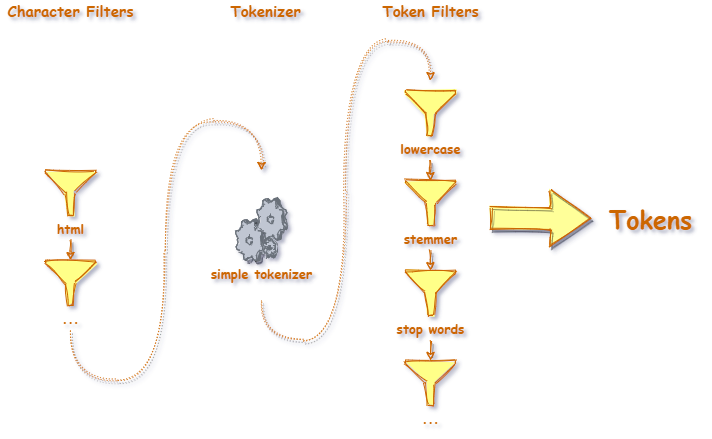
This is res/textanalyzer.png from vincent-scw/mysearchengine, a draw.io export, as it was before one commit. Source tidied: cells renumbered, new cells last; positions are measured from the earlier drawing's top-left corner, leaving out a move shared by most shapes.
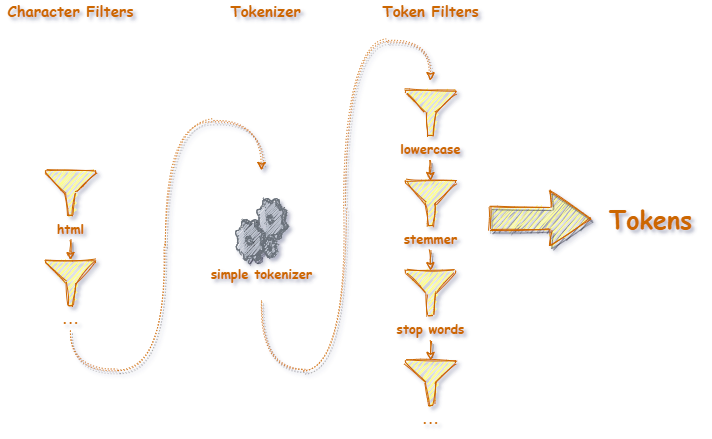
Later version of the same file.

What changed in the source:
```diff
@@ -10,7 +10,7 @@
         <mxPoint x="25" y="70" as="sourcePoint" />
       </mxGeometry>
     </mxCell>
-    <mxCell id="4" value="lowercase" style="shadow=0;dashed=0;html=1;strokeColor=#CC6600;labelPosition=center;verticalLabelPosition=bottom;verticalAlign=top;align=center;fillColor=#ffff88;shape=mxgraph.mscae.enterprise.filter;labelBackgroundColor=none;sketch=1;fontFamily=Comic Sans MS;fontSize=13;fontStyle=1;fontColor=#CC6600;fillStyle=solid;" parent="2" vertex="1">
+    <mxCell id="4" value="lowercase" style="shadow=0;dashed=0;html=1;strokeColor=#CC6600;labelPosition=center;verticalLabelPosition=bottom;verticalAlign=top;align=center;fillColor=#ffff88;shape=mxgraph.mscae.enterprise.filter;labelBackgroundColor=none;sketch=1;fontFamily=Comic Sans MS;fontSize=13;fontStyle=1;fontColor=#CC6600;fillStyle=auto;" parent="2" vertex="1">
       <mxGeometry width="50" height="45" as="geometry" />
     </mxCell>
     <mxCell id="5" style="edgeStyle=none;rounded=0;sketch=1;jettySize=auto;html=1;shadow=1;endArrow=classic;endFill=0;strokeColor=#CC6600;strokeWidth=1;fontFamily=Comic Sans MS;fontSize=13;fontStyle=1;fontColor=#CC6600;" parent="2" edge="1" target="8">
@@ -18,7 +18,7 @@
         <mxPoint x="25" y="160" as="sourcePoint" />
       </mxGeometry>
     </mxCell>
-    <mxCell id="6" value="stemmer" style="shadow=0;dashed=0;html=1;strokeColor=#CC6600;labelPosition=center;verticalLabelPosition=bottom;verticalAlign=top;align=center;fillColor=#ffff88;shape=mxgraph.mscae.enterprise.filter;labelBackgroundColor=none;sketch=1;fontFamily=Comic Sans MS;fontSize=13;fontStyle=1;fontColor=#CC6600;fillStyle=solid;" parent="2" vertex="1">
+    <mxCell id="6" value="stemmer" style="shadow=0;dashed=0;html=1;strokeColor=#CC6600;labelPosition=center;verticalLabelPosition=bottom;verticalAlign=top;align=center;fillColor=#ffff88;shape=mxgraph.mscae.enterprise.filter;labelBackgroundColor=none;sketch=1;fontFamily=Comic Sans MS;fontSize=13;fontStyle=1;fontColor=#CC6600;fillStyle=auto;" parent="2" vertex="1">
       <mxGeometry y="90" width="50" height="45" as="geometry" />
     </mxCell>
     <mxCell id="7" style="edgeStyle=none;rounded=0;sketch=1;jettySize=auto;html=1;shadow=1;endArrow=classic;endFill=0;strokeColor=#CC6600;strokeWidth=1;fontFamily=Comic Sans MS;fontSize=13;fontColor=#CC6600;fontStyle=1;" parent="2" edge="1" target="9">
@@ -26,10 +26,10 @@
         <mxPoint x="25" y="250" as="sourcePoint" />
       </mxGeometry>
     </mxCell>
-    <mxCell id="8" value="stop words" style="shadow=0;dashed=0;html=1;strokeColor=#CC6600;labelPosition=center;verticalLabelPosition=bottom;verticalAlign=top;align=center;fillColor=#ffff88;shape=mxgraph.mscae.enterprise.filter;labelBackgroundColor=none;sketch=1;fontFamily=Comic Sans MS;fontSize=13;fontStyle=1;fontColor=#CC6600;fillStyle=solid;" parent="2" vertex="1">
+    <mxCell id="8" value="stop words" style="shadow=0;dashed=0;html=1;strokeColor=#CC6600;labelPosition=center;verticalLabelPosition=bottom;verticalAlign=top;align=center;fillColor=#ffff88;shape=mxgraph.mscae.enterprise.filter;labelBackgroundColor=none;sketch=1;fontFamily=Comic Sans MS;fontSize=13;fontStyle=1;fontColor=#CC6600;fillStyle=auto;" parent="2" vertex="1">
       <mxGeometry y="180" width="50" height="45" as="geometry" />
     </mxCell>
-    <mxCell id="9" value="..." style="shadow=0;dashed=0;html=1;strokeColor=#CC6600;labelPosition=center;verticalLabelPosition=bottom;verticalAlign=top;align=center;fillColor=#ffff88;shape=mxgraph.mscae.enterprise.filter;labelBackgroundColor=none;sketch=1;fontFamily=Comic Sans MS;fontSize=13;fontStyle=1;fontColor=#CC6600;fillStyle=solid;" parent="2" vertex="1">
+    <mxCell id="9" value="..." style="shadow=0;dashed=0;html=1;strokeColor=#CC6600;labelPosition=center;verticalLabelPosition=bottom;verticalAlign=top;align=center;fillColor=#ffff88;shape=mxgraph.mscae.enterprise.filter;labelBackgroundColor=none;sketch=1;fontFamily=Comic Sans MS;fontSize=13;fontStyle=1;fontColor=#CC6600;fillStyle=auto;" parent="2" vertex="1">
       <mxGeometry y="270" width="50" height="45" as="geometry" />
     </mxCell>
     <mxCell id="10" value="Token Filters" style="text;html=1;align=center;verticalAlign=middle;fontSize=15;fontFamily=Comic Sans MS;fontStyle=1;fontColor=#CC6600;" parent="1" vertex="1">
@@ -43,8 +43,8 @@
         <mxPoint x="70" y="330" as="sourcePoint" />
         <mxPoint x="261" y="170" as="targetPoint" />
         <Array as="points">
-          <mxPoint x="70" y="380" />
-          <mxPoint x="165" y="380" />
+          <mxPoint x="70" y="370" />
+          <mxPoint x="165" y="370" />
           <mxPoint x="165" y="120" />
           <mxPoint x="261" y="120" />
         </Array>
@@ -58,14 +58,14 @@
         <mxPoint x="261" y="300" as="sourcePoint" />
         <mxPoint x="430" y="80" as="targetPoint" />
         <Array as="points">
-          <mxPoint x="261" y="340" />
-          <mxPoint x="345" y="340" />
+          <mxPoint x="261" y="370" />
+          <mxPoint x="345" y="370" />
           <mxPoint x="345" y="40" />
           <mxPoint x="430" y="40" />
         </Array>
       </mxGeometry>
     </mxCell>
-    <mxCell id="15" value="simple tokenizer" style="verticalLabelPosition=bottom;html=1;verticalAlign=top;strokeColor=none;align=center;shape=mxgraph.citrix.process;shadow=1;labelBackgroundColor=none;sketch=1;fontFamily=Comic Sans MS;fontSize=13;fontStyle=1;fontColor=#CC6600;fillColor=#CC6600;fillStyle=solid;" parent="1" vertex="1">
+    <mxCell id="15" value="simple tokenizer" style="verticalLabelPosition=bottom;html=1;verticalAlign=top;strokeColor=none;align=center;shape=mxgraph.citrix.process;shadow=1;labelBackgroundColor=none;sketch=1;fontFamily=Comic Sans MS;fontSize=13;fontStyle=1;fontColor=#CC6600;fillColor=#CC6600;fillStyle=auto;" parent="1" vertex="1">
       <mxGeometry x="235" y="198" width="52" height="62" as="geometry" />
     </mxCell>
     <mxCell id="16" style="group;fontColor=#CC6600;fontStyle=1;fontSize=13;labelBorderColor=none;" parent="1" vertex="1">
@@ -76,13 +76,13 @@
         <mxPoint x="25" y="70" as="sourcePoint" />
       </mxGeometry>
     </mxCell>
-    <mxCell id="18" value="html" style="shadow=0;dashed=0;html=1;strokeColor=#CC6600;labelPosition=center;verticalLabelPosition=bottom;verticalAlign=top;align=center;fillColor=#ffff88;shape=mxgraph.mscae.enterprise.filter;labelBackgroundColor=none;sketch=1;fontFamily=Comic Sans MS;fontSize=13;fontStyle=1;fontColor=#CC6600;labelBorderColor=none;fillStyle=solid;" parent="16" vertex="1">
+    <mxCell id="18" value="html" style="shadow=0;dashed=0;html=1;strokeColor=#CC6600;labelPosition=center;verticalLabelPosition=bottom;verticalAlign=top;align=center;fillColor=#ffff88;shape=mxgraph.mscae.enterprise.filter;labelBackgroundColor=none;sketch=1;fontFamily=Comic Sans MS;fontSize=13;fontStyle=1;fontColor=#CC6600;labelBorderColor=none;fillStyle=auto;" parent="16" vertex="1">
       <mxGeometry width="50" height="45" as="geometry" />
     </mxCell>
-    <mxCell id="19" value="..." style="shadow=0;dashed=0;html=1;strokeColor=#CC6600;labelPosition=center;verticalLabelPosition=bottom;verticalAlign=top;align=center;fillColor=#ffff88;shape=mxgraph.mscae.enterprise.filter;labelBackgroundColor=none;sketch=1;fontFamily=Comic Sans MS;fontSize=13;fontStyle=1;fontColor=#CC6600;fillStyle=solid;" parent="16" vertex="1">
+    <mxCell id="19" value="..." style="shadow=0;dashed=0;html=1;strokeColor=#CC6600;labelPosition=center;verticalLabelPosition=bottom;verticalAlign=top;align=center;fillColor=#ffff88;shape=mxgraph.mscae.enterprise.filter;labelBackgroundColor=none;sketch=1;fontFamily=Comic Sans MS;fontSize=13;fontStyle=1;fontColor=#CC6600;fillStyle=auto;" parent="16" vertex="1">
       <mxGeometry y="90" width="50" height="45" as="geometry" />
     </mxCell>
-    <mxCell id="20" style="html=1;whiteSpace=wrap;fillColor=#ffff99;shape=mxgraph.archimate3.process;shadow=1;labelBackgroundColor=none;sketch=1;strokeColor=#CC6600;fontFamily=Comic Sans MS;fontSize=13;fontColor=#CC6600;fillStyle=solid;" parent="1" vertex="1">
+    <mxCell id="20" style="html=1;whiteSpace=wrap;fillColor=#ffff99;shape=mxgraph.archimate3.process;shadow=1;labelBackgroundColor=none;sketch=1;strokeColor=#CC6600;fontFamily=Comic Sans MS;fontSize=13;fontColor=#CC6600;fillStyle=auto;" parent="1" vertex="1">
       <mxGeometry x="490" y="190" width="100" height="55" as="geometry" />
     </mxCell>
     <mxCell id="21" value="Tokens" style="text;html=1;align=center;verticalAlign=middle;fontSize=25;fontFamily=Comic Sans MS;fontStyle=1;fontColor=#CC6600;" parent="1" vertex="1">
```
